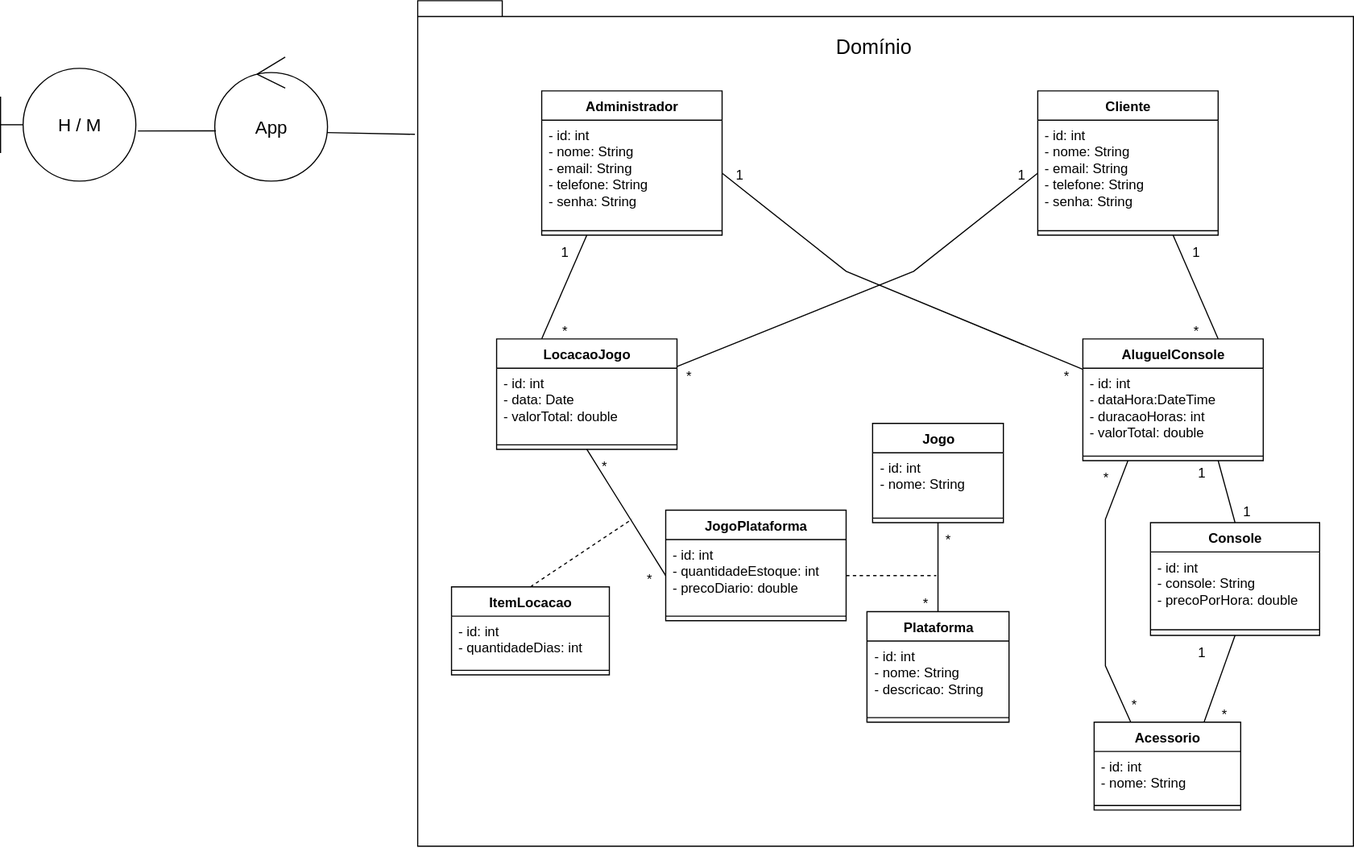
Above: diagrama/diagramaPOO.svg in pedrovalete/sistema-locadora-poo (draw.io), before the change. Source tidied: cells renumbered, new cells last; positions are measured from the earlier drawing's top-left corner, leaving out a move shared by most shapes.
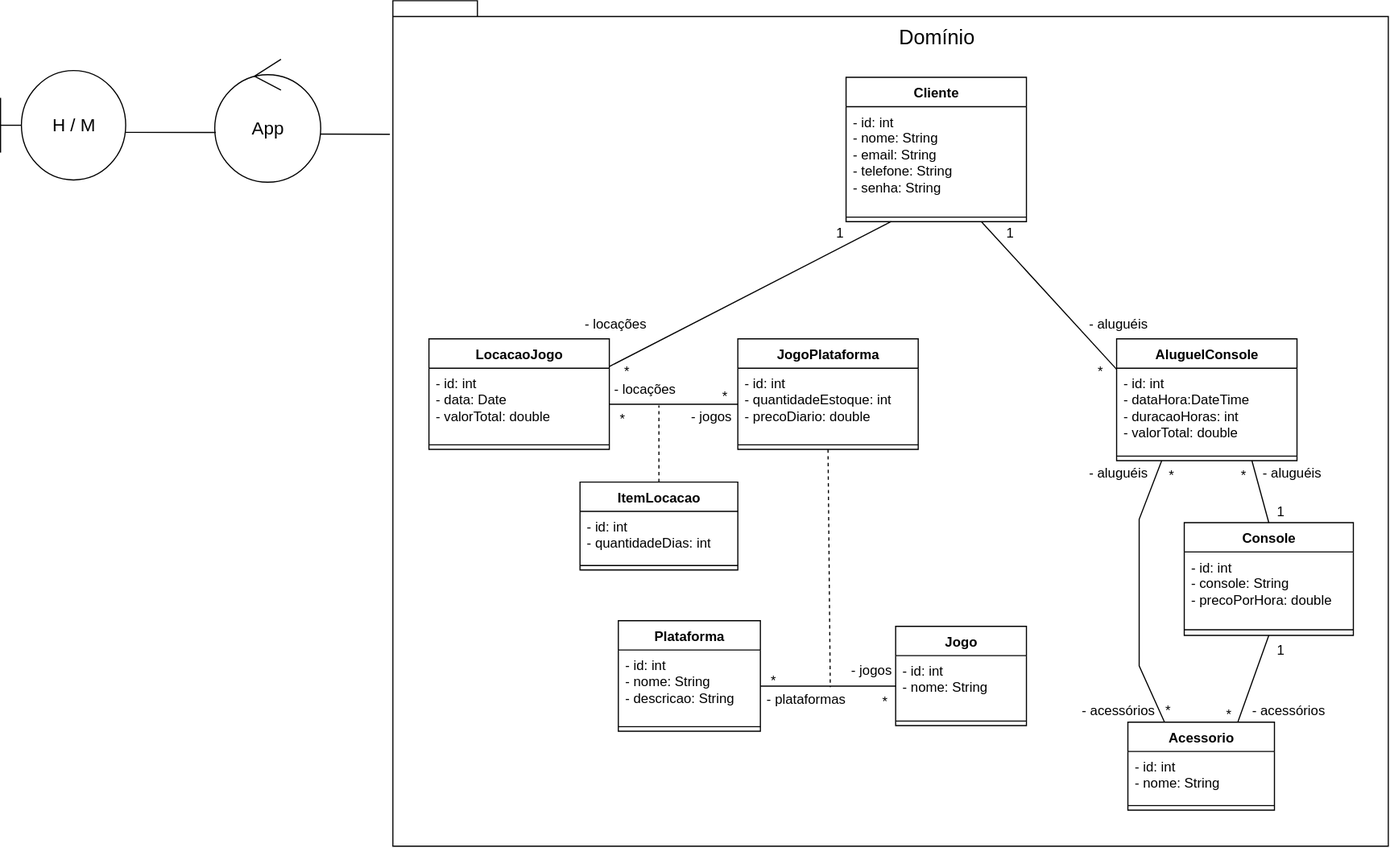
Above is the later version.

Commit message:
Diagrama de classes finalizado com nomes-papel

What changed in the source:
```diff
@@ -4,4 +4,7 @@
     <mxCell id="1" parent="0" />
+    <mxCell id="64" style="shape=folder;fontStyle=1;spacingTop=10;tabWidth=40;tabHeight=14;tabPosition=left;html=1;whiteSpace=wrap;fillColor=none;" parent="1" vertex="1">
+      <mxGeometry x="292" width="883" height="750" as="geometry" />
+    </mxCell>
     <mxCell id="2" value="Jogo" style="swimlane;fontStyle=1;align=center;verticalAlign=top;horizontal=1;startSize=26;whiteSpace=wrap;html=1;" parent="1" vertex="1">
-      <mxGeometry x="773.5" y="375" width="116" height="88" as="geometry" />
+      <mxGeometry x="738" y="555" width="116" height="88" as="geometry" />
     </mxCell>
@@ -14,3 +17,3 @@
     <mxCell id="5" value="Plataforma" style="swimlane;fontStyle=1;align=center;verticalAlign=top;horizontal=1;startSize=26;whiteSpace=wrap;html=1;" parent="1" vertex="1">
-      <mxGeometry x="768.5" y="542" width="126" height="98" as="geometry" />
+      <mxGeometry x="492" y="550" width="126" height="98" as="geometry" />
     </mxCell>
@@ -23,3 +26,3 @@
     <mxCell id="8" value="JogoPlataforma" style="swimlane;fontStyle=1;align=center;verticalAlign=top;horizontal=1;startSize=26;whiteSpace=wrap;html=1;" parent="1" vertex="1">
-      <mxGeometry x="590" y="452" width="160" height="98" as="geometry" />
+      <mxGeometry x="598" y="300" width="160" height="98" as="geometry" />
     </mxCell>
@@ -32,3 +35,3 @@
     <mxCell id="11" value="Console" style="swimlane;fontStyle=1;align=center;verticalAlign=top;horizontal=1;startSize=26;whiteSpace=wrap;html=1;" parent="1" vertex="1">
-      <mxGeometry x="1020" y="463" width="150" height="100" as="geometry" />
+      <mxGeometry x="994" y="463" width="150" height="100" as="geometry" />
     </mxCell>
@@ -40,13 +43,4 @@
     </mxCell>
-    <mxCell id="14" value="&lt;div&gt;Administrador&lt;/div&gt;&lt;div&gt;&lt;br&gt;&lt;/div&gt;" style="swimlane;fontStyle=1;align=center;verticalAlign=top;horizontal=1;startSize=26;whiteSpace=wrap;html=1;" parent="1" vertex="1">
-      <mxGeometry x="480" y="80" width="160" height="128" as="geometry" />
-    </mxCell>
-    <mxCell id="15" value="&lt;div&gt;- id: int&lt;/div&gt;&lt;div&gt;- nome: String&lt;/div&gt;&lt;div&gt;- email: String&lt;/div&gt;&lt;div&gt;- telefone: String&lt;/div&gt;&lt;div&gt;- senha: String&lt;/div&gt;" style="text;strokeColor=none;fillColor=none;align=left;verticalAlign=top;spacingLeft=4;spacingRight=4;overflow=hidden;points=[[0,0.5],[1,0.5]];portConstraint=eastwest;whiteSpace=wrap;html=1;" parent="14" vertex="1">
-      <mxGeometry y="26" width="160" height="94" as="geometry" />
-    </mxCell>
-    <mxCell id="16" style="line;strokeWidth=1;fillColor=none;align=left;verticalAlign=middle;spacingTop=-1;spacingLeft=3;spacingRight=3;labelPosition=right;strokeColor=inherit;" parent="14" vertex="1">
-      <mxGeometry y="120" width="160" height="8" as="geometry" />
-    </mxCell>
     <mxCell id="17" value="Cliente" style="swimlane;fontStyle=1;align=center;verticalAlign=top;horizontal=1;startSize=26;whiteSpace=wrap;html=1;" parent="1" vertex="1">
-      <mxGeometry x="920" y="80" width="160" height="128" as="geometry" />
+      <mxGeometry x="694" y="68" width="160" height="128" as="geometry" />
     </mxCell>
@@ -59,3 +53,3 @@
     <mxCell id="20" value="LocacaoJogo&lt;div&gt;&lt;br&gt;&lt;/div&gt;" style="swimlane;fontStyle=1;align=center;verticalAlign=top;horizontal=1;startSize=26;whiteSpace=wrap;html=1;" parent="1" vertex="1">
-      <mxGeometry x="440" y="300" width="160" height="98" as="geometry" />
+      <mxGeometry x="324" y="300" width="160" height="98" as="geometry" />
     </mxCell>
@@ -68,3 +62,3 @@
     <mxCell id="23" value="ItemLocacao&lt;div&gt;&lt;br&gt;&lt;/div&gt;" style="swimlane;fontStyle=1;align=center;verticalAlign=top;horizontal=1;startSize=26;whiteSpace=wrap;html=1;" parent="1" vertex="1">
-      <mxGeometry x="400" y="520" width="140" height="78" as="geometry" />
+      <mxGeometry x="458" y="427" width="140" height="78" as="geometry" />
     </mxCell>
@@ -77,3 +71,3 @@
     <mxCell id="26" value="AluguelConsole" style="swimlane;fontStyle=1;align=center;verticalAlign=top;horizontal=1;startSize=26;whiteSpace=wrap;html=1;" parent="1" vertex="1">
-      <mxGeometry x="960" y="300" width="160" height="108" as="geometry" />
+      <mxGeometry x="934" y="300" width="160" height="108" as="geometry" />
     </mxCell>
@@ -86,3 +80,3 @@
     <mxCell id="29" value="Acessorio" style="swimlane;fontStyle=1;align=center;verticalAlign=top;horizontal=1;startSize=26;whiteSpace=wrap;html=1;" parent="1" vertex="1">
-      <mxGeometry x="970" y="640" width="130" height="78" as="geometry" />
+      <mxGeometry x="944" y="640" width="130" height="78" as="geometry" />
     </mxCell>
@@ -94,31 +88,17 @@
     </mxCell>
-    <mxCell id="32" style="endArrow=none;html=1;rounded=0;exitX=0.25;exitY=0;exitDx=0;exitDy=0;entryX=0.25;entryY=1;entryDx=0;entryDy=0;" parent="1" edge="1" source="20" target="14">
-      <mxGeometry relative="1" as="geometry" />
-    </mxCell>
-    <mxCell id="33" style="endArrow=none;html=1;rounded=0;exitX=1;exitY=0.5;exitDx=0;exitDy=0;entryX=0;entryY=0.25;entryDx=0;entryDy=0;" parent="1" edge="1" source="15" target="26">
-      <mxGeometry relative="1" as="geometry">
-        <Array as="points">
-          <mxPoint x="750" y="240" />
-        </Array>
-      </mxGeometry>
-    </mxCell>
-    <mxCell id="34" style="endArrow=none;html=1;rounded=0;entryX=0.75;entryY=1;entryDx=0;entryDy=0;exitX=0.75;exitY=0;exitDx=0;exitDy=0;" parent="1" edge="1" source="26" target="17">
+    <mxCell id="34" style="endArrow=none;html=1;rounded=0;entryX=0.75;entryY=1;entryDx=0;entryDy=0;exitX=0;exitY=0.25;exitDx=0;exitDy=0;" parent="1" edge="1" source="26" target="17">
       <mxGeometry relative="1" as="geometry" />
     </mxCell>
-    <mxCell id="35" style="endArrow=none;html=1;rounded=0;entryX=0;entryY=0.5;entryDx=0;entryDy=0;exitX=1;exitY=0.25;exitDx=0;exitDy=0;" parent="1" edge="1" source="20" target="18">
-      <mxGeometry relative="1" as="geometry">
-        <Array as="points">
-          <mxPoint x="810" y="240" />
-        </Array>
-      </mxGeometry>
+    <mxCell id="35" style="endArrow=none;html=1;rounded=0;entryX=0.25;entryY=1;entryDx=0;entryDy=0;exitX=1;exitY=0.25;exitDx=0;exitDy=0;" parent="1" edge="1" source="20" target="17">
+      <mxGeometry relative="1" as="geometry" />
     </mxCell>
-    <mxCell id="36" style="endArrow=none;html=1;rounded=0;entryX=0.5;entryY=0;entryDx=0;entryDy=0;exitX=0.5;exitY=1;exitDx=0;exitDy=0;" parent="1" edge="1" source="2" target="5">
+    <mxCell id="36" style="endArrow=none;html=1;rounded=0;entryX=1;entryY=0.5;entryDx=0;entryDy=0;exitX=0;exitY=0.5;exitDx=0;exitDy=0;" parent="1" edge="1" source="3" target="6">
       <mxGeometry relative="1" as="geometry" />
     </mxCell>
-    <mxCell id="37" style="endArrow=none;dashed=1;html=1;rounded=0;exitX=1;exitY=0.5;exitDx=0;exitDy=0;" parent="1" edge="1" source="9">
+    <mxCell id="37" style="endArrow=none;dashed=1;html=1;rounded=0;exitX=0.5;exitY=1;exitDx=0;exitDy=0;" parent="1" edge="1" source="8">
       <mxGeometry relative="1" as="geometry">
-        <mxPoint x="830" y="510" as="targetPoint" />
+        <mxPoint x="680" y="609" as="targetPoint" />
       </mxGeometry>
     </mxCell>
-    <mxCell id="38" style="endArrow=none;html=1;rounded=0;entryX=0.5;entryY=1;entryDx=0;entryDy=0;exitX=0;exitY=0.5;exitDx=0;exitDy=0;" parent="1" edge="1" source="9" target="20">
+    <mxCell id="38" style="endArrow=none;html=1;rounded=0;entryX=1;entryY=0.5;entryDx=0;entryDy=0;exitX=0;exitY=0.5;exitDx=0;exitDy=0;" parent="1" edge="1" source="9" target="21">
       <mxGeometry relative="1" as="geometry" />
@@ -127,3 +107,3 @@
       <mxGeometry relative="1" as="geometry">
-        <mxPoint x="560" y="460" as="targetPoint" />
+        <mxPoint x="528" y="359" as="targetPoint" />
       </mxGeometry>
@@ -136,5 +116,5 @@
         <Array as="points">
-          <mxPoint x="980" y="590" />
-          <mxPoint x="980" y="530" />
-          <mxPoint x="980" y="460" />
+          <mxPoint x="954" y="590" />
+          <mxPoint x="954" y="530" />
+          <mxPoint x="954" y="460" />
         </Array>
@@ -142,64 +122,52 @@
     </mxCell>
-    <mxCell id="42" value="1" style="text;html=1;align=center;verticalAlign=middle;strokeColor=none;fillColor=none;" parent="1" vertex="1">
-      <mxGeometry x="640" y="140" width="30" height="30" as="geometry" />
-    </mxCell>
     <mxCell id="43" value="1" style="text;html=1;align=center;verticalAlign=middle;strokeColor=none;fillColor=none;" parent="1" vertex="1">
-      <mxGeometry x="889.5" y="140" width="30" height="30" as="geometry" />
+      <mxGeometry x="673" y="191" width="30" height="30" as="geometry" />
     </mxCell>
     <mxCell id="44" value="*" style="text;html=1;align=center;verticalAlign=middle;strokeColor=none;fillColor=none;" parent="1" vertex="1">
-      <mxGeometry x="595" y="318" width="30" height="30" as="geometry" />
+      <mxGeometry x="484" y="314" width="30" height="30" as="geometry" />
     </mxCell>
-    <mxCell id="45" value="*" style="text;html=1;align=center;verticalAlign=middle;strokeColor=none;fillColor=none;" parent="1" vertex="1">
-      <mxGeometry x="930" y="318" width="30" height="30" as="geometry" />
-    </mxCell>
-    <mxCell id="46" value="1" style="text;html=1;align=center;verticalAlign=middle;strokeColor=none;fillColor=none;" parent="1" vertex="1">
-      <mxGeometry x="485" y="208" width="30" height="30" as="geometry" />
-    </mxCell>
-    <mxCell id="47" value="*" style="text;html=1;align=center;verticalAlign=middle;strokeColor=none;fillColor=none;" parent="1" vertex="1">
-      <mxGeometry x="485" y="278" width="30" height="30" as="geometry" />
-    </mxCell>
     <mxCell id="48" value="1" style="text;html=1;align=center;verticalAlign=middle;strokeColor=none;fillColor=none;" parent="1" vertex="1">
-      <mxGeometry x="1045" y="208" width="30" height="30" as="geometry" />
+      <mxGeometry x="824" y="191" width="30" height="30" as="geometry" />
     </mxCell>
     <mxCell id="49" value="*" style="text;html=1;align=center;verticalAlign=middle;strokeColor=none;fillColor=none;" parent="1" vertex="1">
-      <mxGeometry x="1045" y="278" width="30" height="30" as="geometry" />
+      <mxGeometry x="904" y="314" width="30" height="30" as="geometry" />
     </mxCell>
     <mxCell id="50" value="*" style="text;html=1;align=center;verticalAlign=middle;strokeColor=none;fillColor=none;" parent="1" vertex="1">
-      <mxGeometry x="520" y="398" width="30" height="30" as="geometry" />
+      <mxGeometry x="480" y="356" width="30" height="30" as="geometry" />
     </mxCell>
     <mxCell id="51" value="*" style="text;html=1;align=center;verticalAlign=middle;strokeColor=none;fillColor=none;" parent="1" vertex="1">
-      <mxGeometry x="560" y="498" width="30" height="30" as="geometry" />
+      <mxGeometry x="571" y="336" width="30" height="30" as="geometry" />
     </mxCell>
     <mxCell id="52" value="*" style="text;html=1;align=center;verticalAlign=middle;strokeColor=none;fillColor=none;" parent="1" vertex="1">
-      <mxGeometry x="825" y="463" width="30" height="30" as="geometry" />
+      <mxGeometry x="713" y="607" width="30" height="30" as="geometry" />
     </mxCell>
     <mxCell id="53" value="*" style="text;html=1;align=center;verticalAlign=middle;strokeColor=none;fillColor=none;" parent="1" vertex="1">
-      <mxGeometry x="805" y="520" width="30" height="30" as="geometry" />
+      <mxGeometry x="614" y="588" width="30" height="30" as="geometry" />
     </mxCell>
-    <mxCell id="54" value="1" style="text;html=1;align=center;verticalAlign=middle;strokeColor=none;fillColor=none;" parent="1" vertex="1">
-      <mxGeometry x="1050" y="404" width="30" height="30" as="geometry" />
+    <mxCell id="54" value="*" style="text;html=1;align=center;verticalAlign=middle;strokeColor=none;fillColor=none;" parent="1" vertex="1">
+      <mxGeometry x="1031" y="406" width="30" height="30" as="geometry" />
     </mxCell>
     <mxCell id="55" value="1" style="text;html=1;align=center;verticalAlign=middle;strokeColor=none;fillColor=none;" parent="1" vertex="1">
-      <mxGeometry x="1090" y="438" width="30" height="30" as="geometry" />
+      <mxGeometry x="1064" y="438" width="30" height="30" as="geometry" />
     </mxCell>
     <mxCell id="56" value="*" style="text;html=1;align=center;verticalAlign=middle;strokeColor=none;fillColor=none;" parent="1" vertex="1">
-      <mxGeometry x="965" y="408" width="30" height="30" as="geometry" />
+      <mxGeometry x="967" y="406" width="30" height="30" as="geometry" />
     </mxCell>
     <mxCell id="57" value="*" style="text;html=1;align=center;verticalAlign=middle;strokeColor=none;fillColor=none;" parent="1" vertex="1">
-      <mxGeometry x="990" y="610" width="30" height="30" as="geometry" />
+      <mxGeometry x="964" y="615" width="30" height="30" as="geometry" />
     </mxCell>
     <mxCell id="58" value="1" style="text;html=1;align=center;verticalAlign=middle;strokeColor=none;fillColor=none;" parent="1" vertex="1">
-      <mxGeometry x="1050" y="563" width="30" height="30" as="geometry" />
+      <mxGeometry x="1064" y="561" width="30" height="30" as="geometry" />
     </mxCell>
     <mxCell id="59" value="*" style="text;html=1;align=center;verticalAlign=middle;strokeColor=none;fillColor=none;" parent="1" vertex="1">
-      <mxGeometry x="1070" y="618" width="30" height="30" as="geometry" />
+      <mxGeometry x="1018" y="618" width="30" height="30" as="geometry" />
     </mxCell>
     <mxCell id="60" value="&lt;font style=&quot;font-size: 18px;&quot;&gt;Domínio&lt;/font&gt;" style="text;html=1;align=center;verticalAlign=middle;strokeColor=none;fillColor=none;fontSize=20;" parent="1" vertex="1">
-      <mxGeometry x="729" y="20" width="90" height="40" as="geometry" />
+      <mxGeometry x="729" y="12" width="90" height="40" as="geometry" />
     </mxCell>
     <mxCell id="61" value="&lt;font style=&quot;font-size: 16px;&quot;&gt;App&lt;/font&gt;" style="ellipse;shape=umlControl;whiteSpace=wrap;html=1;" parent="1" vertex="1">
-      <mxGeometry x="190" y="50" width="100" height="110" as="geometry" />
+      <mxGeometry x="134" y="52" width="94" height="109" as="geometry" />
     </mxCell>
     <mxCell id="62" value="&lt;font style=&quot;font-size: 16px;&quot;&gt;H / M&lt;/font&gt;" style="shape=umlBoundary;whiteSpace=wrap;html=1;" parent="1" vertex="1">
-      <mxGeometry y="60" width="120" height="100" as="geometry" />
+      <mxGeometry x="-56" y="62" width="111" height="97" as="geometry" />
     </mxCell>
@@ -208,5 +176,2 @@
     </mxCell>
-    <mxCell id="64" style="shape=folder;fontStyle=1;spacingTop=10;tabWidth=40;tabHeight=14;tabPosition=left;html=1;whiteSpace=wrap;fillColor=none;" parent="1" vertex="1">
-      <mxGeometry x="370" width="830" height="750" as="geometry" />
-    </mxCell>
     <mxCell id="65" style="endArrow=none;html=1;rounded=0;exitX=0.995;exitY=0.609;exitDx=0;exitDy=0;exitPerimeter=0;entryX=-0.003;entryY=0.158;entryDx=0;entryDy=0;entryPerimeter=0;" parent="1" edge="1" source="61" target="64">
@@ -214,5 +179,35 @@
     </mxCell>
-    <mxCell id="66" style="endArrow=none;html=1;rounded=0;exitX=1.015;exitY=0.555;exitDx=0;exitDy=0;exitPerimeter=0;entryX=0.01;entryY=0.595;entryDx=0;entryDy=0;entryPerimeter=0;" parent="1" edge="1" source="62" target="61">
+    <mxCell id="66" style="endArrow=none;html=1;rounded=0;exitX=0.996;exitY=0.565;exitDx=0;exitDy=0;exitPerimeter=0;entryX=0.01;entryY=0.595;entryDx=0;entryDy=0;entryPerimeter=0;" parent="1" edge="1" source="62" target="61">
       <mxGeometry relative="1" as="geometry" />
     </mxCell>
+    <mxCell id="67" value="- locações" style="text;html=1;align=center;verticalAlign=middle;strokeColor=none;fillColor=none;" parent="1" vertex="1">
+      <mxGeometry x="452" y="274" width="73" height="26" as="geometry" />
+    </mxCell>
+    <mxCell id="68" value="- aluguéis" style="text;html=1;align=center;verticalAlign=middle;strokeColor=none;fillColor=none;" parent="1" vertex="1">
+      <mxGeometry x="900" y="274" width="70" height="26" as="geometry" />
+    </mxCell>
+    <mxCell id="69" value="- jogos" style="text;html=1;align=center;verticalAlign=middle;strokeColor=none;fillColor=none;" parent="1" vertex="1">
+      <mxGeometry x="547" y="356" width="54" height="26" as="geometry" />
+    </mxCell>
+    <mxCell id="70" value="- locações" style="text;html=1;align=center;verticalAlign=middle;strokeColor=none;fillColor=none;" parent="1" vertex="1">
+      <mxGeometry x="478" y="332" width="73" height="26" as="geometry" />
+    </mxCell>
+    <mxCell id="71" value="- jogos" style="text;html=1;align=center;verticalAlign=middle;strokeColor=none;fillColor=none;" parent="1" vertex="1">
+      <mxGeometry x="689" y="581" width="54" height="26" as="geometry" />
+    </mxCell>
+    <mxCell id="72" value="- plataformas" style="text;html=1;align=center;verticalAlign=middle;strokeColor=none;fillColor=none;" parent="1" vertex="1">
+      <mxGeometry x="614" y="607" width="88" height="26" as="geometry" />
+    </mxCell>
+    <mxCell id="73" value="- aluguéis" style="text;html=1;align=center;verticalAlign=middle;strokeColor=none;fillColor=none;" parent="1" vertex="1">
+      <mxGeometry x="1054" y="406" width="70" height="26" as="geometry" />
+    </mxCell>
+    <mxCell id="74" value="- acessórios" style="text;html=1;align=center;verticalAlign=middle;strokeColor=none;fillColor=none;" parent="1" vertex="1">
+      <mxGeometry x="1044" y="617" width="83" height="26" as="geometry" />
+    </mxCell>
+    <mxCell id="75" value="- aluguéis" style="text;html=1;align=center;verticalAlign=middle;strokeColor=none;fillColor=none;" parent="1" vertex="1">
+      <mxGeometry x="900" y="406" width="70" height="26" as="geometry" />
+    </mxCell>
+    <mxCell id="76" value="- acessórios" style="text;html=1;align=center;verticalAlign=middle;strokeColor=none;fillColor=none;" parent="1" vertex="1">
+      <mxGeometry x="893.5" y="617" width="83" height="26" as="geometry" />
+    </mxCell>
   </root>
```
